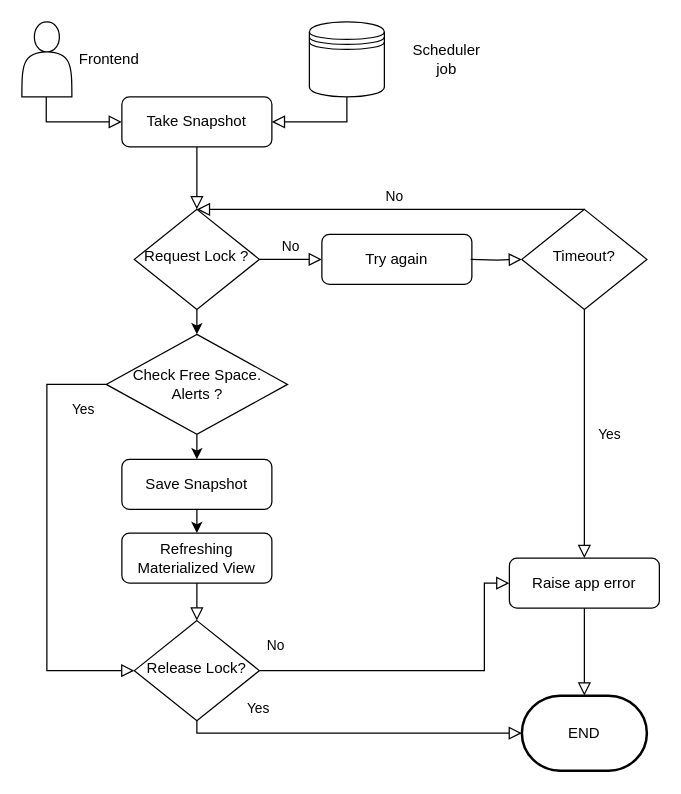
Before: Untitled Diagram.drawio in JuanGmv/ejercicio, a draw.io diagram. Source tidied: cells renumbered, new cells numbered last; positions are measured from the earlier drawing's top-left corner, leaving out a move shared by most shapes. Both pictures are drawn from the tidied source at 125%, with x=0, y=0 at pixel (21, 21).
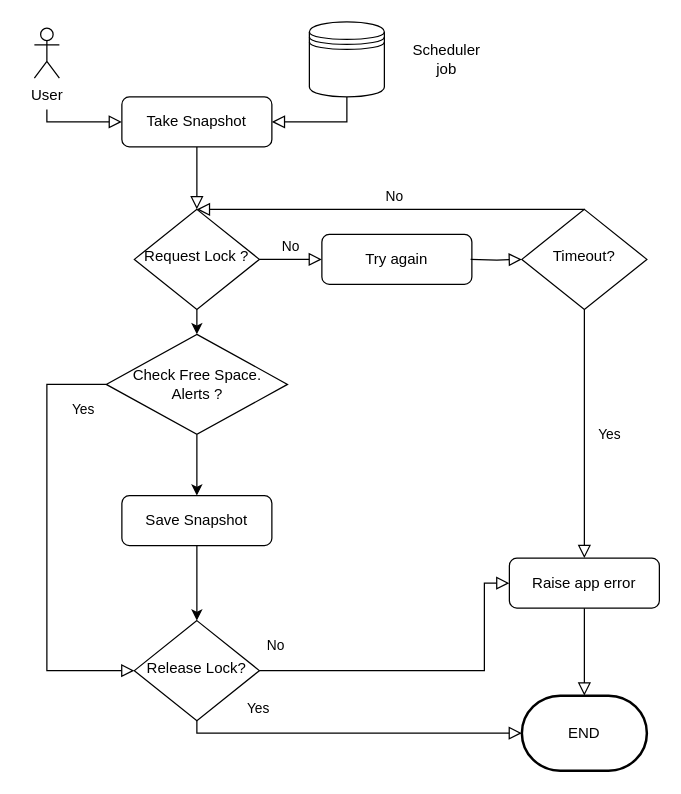
Above is the later version.

The change refers to these unchanged cells:
```xml
<mxCell id="10" value="Release Lock?" style="rhombus;whiteSpace=wrap;html=1;shadow=0;fontFamily=Helvetica;fontSize=12;align=center;strokeWidth=1;spacing=6;spacingTop=-4;" parent="1" vertex="1">
  <mxGeometry x="90" y="479" width="100" height="80" as="geometry" />
</mxCell>
```

Diff of the diagram source:
```diff
@@
     <mxCell id="11" value="Save Snapshot" style="rounded=1;whiteSpace=wrap;html=1;fontSize=12;glass=0;strokeWidth=1;shadow=0;" parent="1" vertex="1">
-      <mxGeometry x="80" y="350" width="120" height="40" as="geometry" />
+      <mxGeometry x="80" y="379" width="120" height="40" as="geometry" />
     </mxCell>
@@
-    <mxCell id="19" style="shape=actor;whiteSpace=wrap;html=1;" parent="1" vertex="1">
-      <mxGeometry width="40" height="60" as="geometry" />
-    </mxCell>
@@
-    <mxCell id="21" style="rounded=0;html=1;jettySize=auto;orthogonalLoop=1;fontSize=11;endArrow=block;endFill=0;endSize=8;strokeWidth=1;shadow=0;labelBackgroundColor=none;edgeStyle=orthogonalEdgeStyle;exitX=0.5;exitY=1;exitDx=0;exitDy=0;" parent="1" edge="1">
+    <mxCell id="21" style="rounded=0;html=1;jettySize=auto;orthogonalLoop=1;fontSize=11;endArrow=block;endFill=0;endSize=8;strokeWidth=1;shadow=0;labelBackgroundColor=none;edgeStyle=orthogonalEdgeStyle;" parent="1" edge="1">
       <mxGeometry relative="1" as="geometry">
-        <mxPoint x="19.5" y="60" as="sourcePoint" />
+        <mxPoint x="20" y="70" as="sourcePoint" />
         <mxPoint x="80" y="80" as="targetPoint" />
         <Array as="points">
           <mxPoint x="20" y="80" />
           <mxPoint x="80" y="80" />
         </Array>
       </mxGeometry>
     </mxCell>
@@
-    <mxCell id="23" value="Frontend" style="text;html=1;strokeColor=none;fillColor=none;align=center;verticalAlign=middle;whiteSpace=wrap;rounded=0;" parent="1" vertex="1">
-      <mxGeometry x="40" y="15" width="60" height="30" as="geometry" />
-    </mxCell>
@@
-    <mxCell id="25" value="Refreshing Materialized View" style="rounded=1;whiteSpace=wrap;html=1;fontSize=12;glass=0;strokeWidth=1;shadow=0;" parent="1" vertex="1">
-      <mxGeometry x="80" y="409" width="120" height="40" as="geometry" />
-    </mxCell>
-    <mxCell id="26" style="rounded=0;html=1;jettySize=auto;fontSize=11;endArrow=block;endFill=0;endSize=8;strokeWidth=1;shadow=0;labelBackgroundColor=none;edgeStyle=orthogonalEdgeStyle;entryX=0.5;entryY=0;entryDx=0;entryDy=0;" parent="1" edge="1" target="10">
-      <mxGeometry relative="1" as="geometry">
-        <mxPoint x="140" y="449" as="sourcePoint" />
-      </mxGeometry>
-    </mxCell>
@@
-    <mxCell id="30" style="endArrow=classic;html=1;rounded=0;" parent="1" edge="1" source="11" target="25">
+    <mxCell id="30" style="endArrow=classic;html=1;rounded=0;exitX=0.5;exitY=1;exitDx=0;exitDy=0;entryX=0.5;entryY=0;entryDx=0;entryDy=0;" parent="1" edge="1" source="11" target="10">
       <mxGeometry relative="1" as="geometry" />
     </mxCell>
+    <mxCell id="31" value="User&lt;br&gt;" style="shape=umlActor;verticalLabelPosition=bottom;verticalAlign=top;html=1;" parent="1" vertex="1">
+      <mxGeometry x="10" y="5" width="20" height="40" as="geometry" />
+    </mxCell>
```
